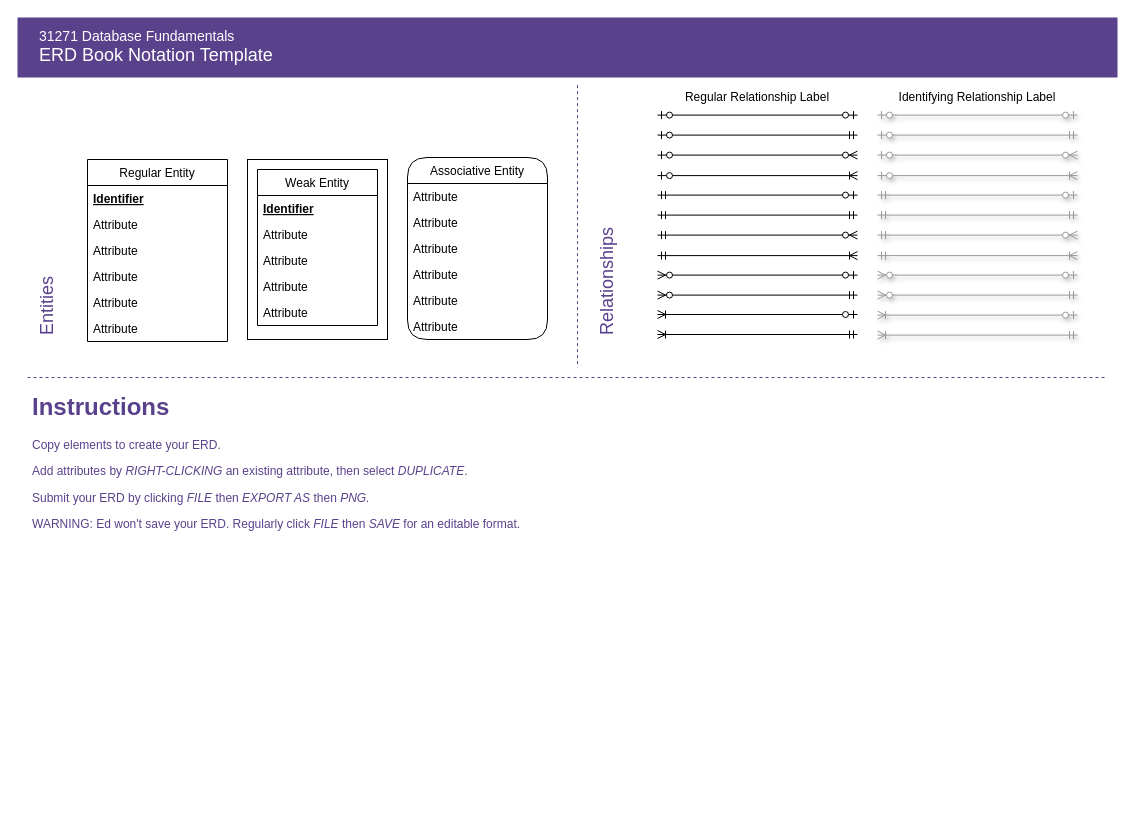
Before: ERD Template Lecture1Q7.drawio in doggoboi096-lang/31271-Database-Fundamentals-Database-Design-Assignment-Offshore-September-2026, a draw.io diagram. Source tidied: cells renumbered, new cells numbered last; positions are measured from the earlier drawing's top-left corner, leaving out a move shared by most shapes. Both pictures are drawn from the tidied source at 100%, with x=0, y=0 at pixel (-33, 17).
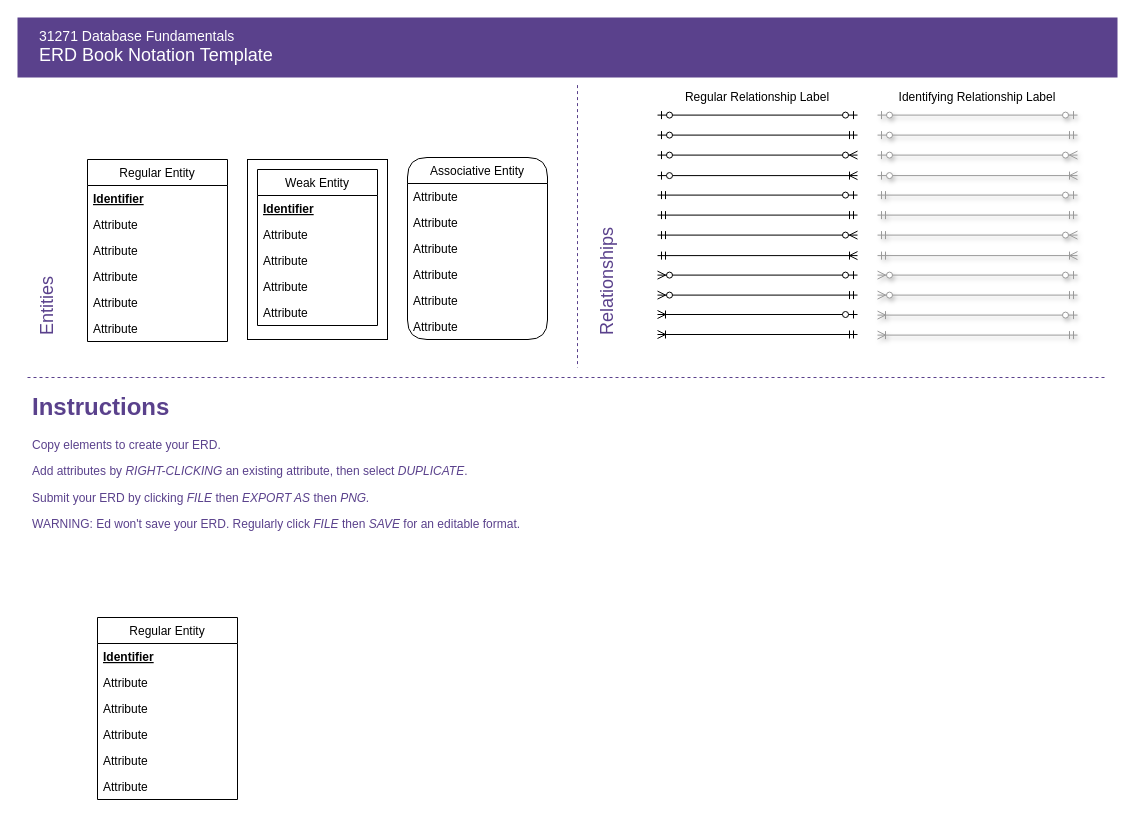
Above is the later version.

Change to the diagram source:
```diff
@@
+    <mxCell id="58" value="Regular Entity" style="swimlane;fontStyle=0;horizontal=1;startSize=26;" parent="1" vertex="1">
+      <mxGeometry x="130" y="600" width="140" height="182" as="geometry" />
+    </mxCell>
+    <mxCell id="59" value="Identifier" style="text;strokeColor=none;fillColor=none;align=left;verticalAlign=top;spacingLeft=4;spacingRight=4;overflow=hidden;fontStyle=5;" parent="58" vertex="1">
+      <mxGeometry y="26" width="140" height="26" as="geometry" />
+    </mxCell>
+    <mxCell id="60" value="Attribute" style="text;strokeColor=none;fillColor=none;align=left;verticalAlign=top;spacingLeft=4;spacingRight=4;overflow=hidden;" parent="58" vertex="1">
+      <mxGeometry y="52" width="140" height="26" as="geometry" />
+    </mxCell>
+    <mxCell id="61" value="Attribute" style="text;strokeColor=none;fillColor=none;align=left;verticalAlign=top;spacingLeft=4;spacingRight=4;overflow=hidden;" parent="58" vertex="1">
+      <mxGeometry y="78" width="140" height="26" as="geometry" />
+    </mxCell>
+    <mxCell id="62" value="Attribute" style="text;strokeColor=none;fillColor=none;align=left;verticalAlign=top;spacingLeft=4;spacingRight=4;overflow=hidden;" parent="58" vertex="1">
+      <mxGeometry y="104" width="140" height="26" as="geometry" />
+    </mxCell>
+    <mxCell id="63" value="Attribute" style="text;strokeColor=none;fillColor=none;align=left;verticalAlign=top;spacingLeft=4;spacingRight=4;overflow=hidden;" parent="58" vertex="1">
+      <mxGeometry y="130" width="140" height="26" as="geometry" />
+    </mxCell>
+    <mxCell id="64" value="Attribute" style="text;strokeColor=none;fillColor=none;align=left;verticalAlign=top;spacingLeft=4;spacingRight=4;overflow=hidden;" parent="58" vertex="1">
+      <mxGeometry y="156" width="140" height="26" as="geometry" />
+    </mxCell>
```
